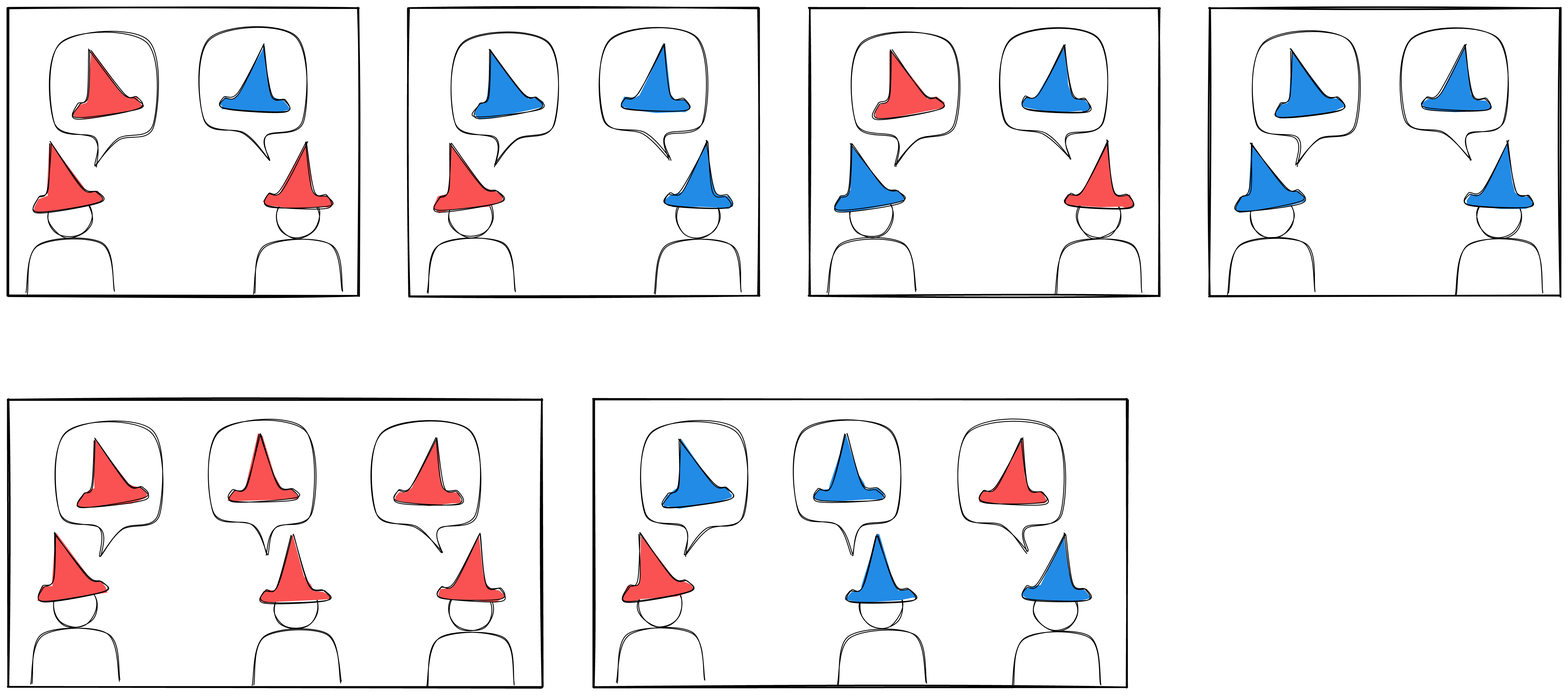
Above: pripreme/dan1/sesiri/img/sesiri_dummy.excalidraw.png in ipaljak/hio-izborne-2022 (Excalidraw), before the change. Source tidied: one line per element, renumbered; positions are measured from the earlier drawing's top-left corner, leaving out a move shared by most shapes.
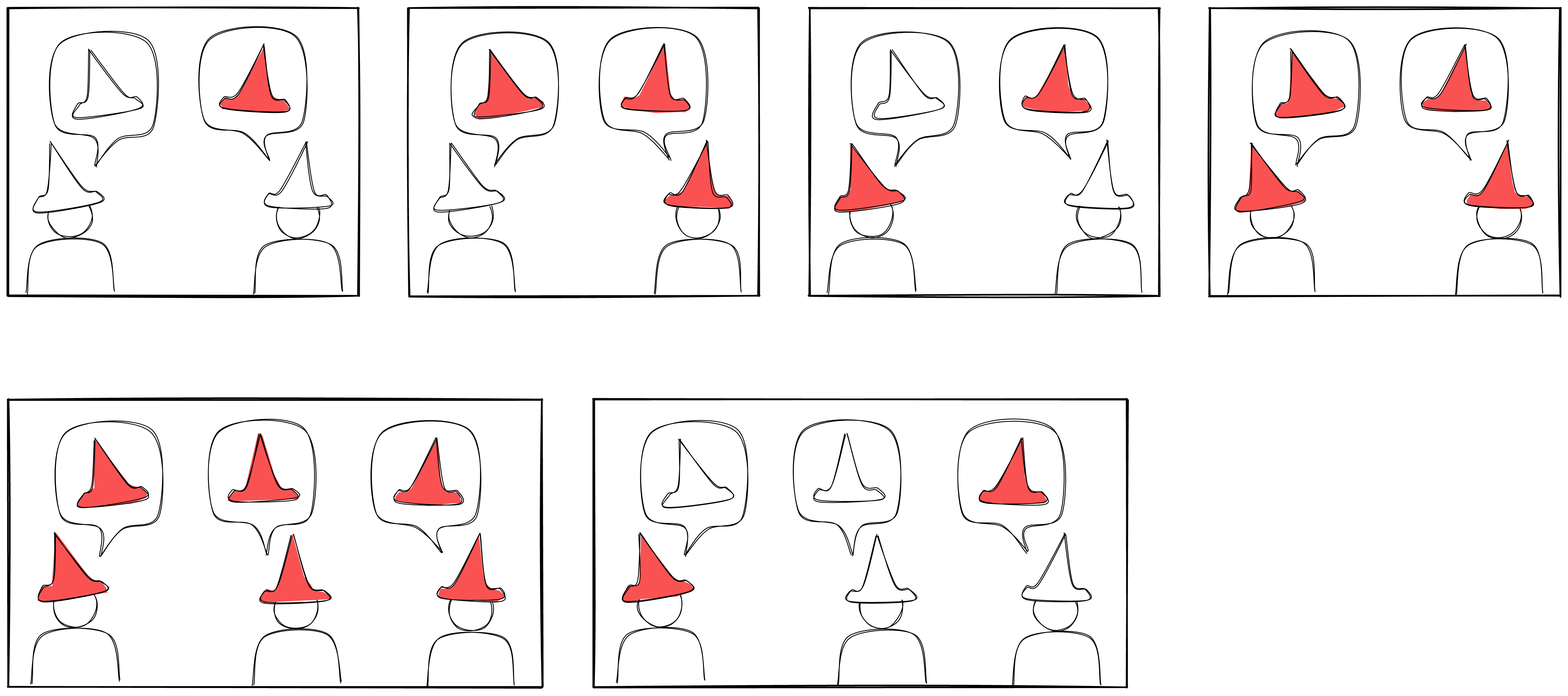
Above is the later version.

Commit message:
sesiri fix boje na slici

Change to the diagram source:
```diff
@@ -1,46 +1,46 @@
 {"id": 0, "type": "ellipse", "strokeColor": "#000000", "strokeWidth": 1, "roughness": 1, "x": 49, "y": 226, "width": 53, "height": 53}
 {"id": 1, "type": "line", "strokeColor": "#000000", "strokeWidth": 1, "roughness": 1, "x": 23, "y": 348, "width": 107, "height": 61, "points": [[0, 0], [14, -59], [93, -61], [107, -3]]}
-{"id": 2, "type": "line", "strokeColor": "#000000", "backgroundColor": "#fa5252", "fillStyle": "solid", "strokeWidth": 1, "roughness": 1, "x": 51, "y": 165, "width": 75, "height": 84, "points": [[0, 0], [-2, 57], [-14, 66], [-15, 83], [60, 72], [57, 58], [40, 53], [0, -1]]}
+{"id": 2, "type": "line", "strokeColor": "#000000", "backgroundColor": "#ffffff", "fillStyle": "solid", "strokeWidth": 1, "roughness": 1, "x": 51, "y": 165, "width": 75, "height": 84, "points": [[0, 0], [-2, 57], [-14, 66], [-15, 83], [60, 72], [57, 58], [40, 53], [0, -1]]}
 {"id": 3, "type": "line", "strokeColor": "#000000", "strokeWidth": 1, "roughness": 1, "x": 106, "y": 192, "width": 121, "height": 152, "points": [[0, 0], [0, -34], [-49, -51], [-41, -150], [63, -152], [72, -50], [27, -32], [0, 0]]}
-{"id": 4, "type": "line", "strokeColor": "#000000", "backgroundColor": "#fa5252", "fillStyle": "solid", "strokeWidth": 1, "roughness": 1, "x": 100, "y": 51, "width": 75, "height": 84, "points": [[0, 0], [-2, 57], [-14, 66], [-15, 83], [60, 72], [57, 58], [40, 53], [0, -1]]}
+{"id": 4, "type": "line", "strokeColor": "#000000", "backgroundColor": "#ffffff", "fillStyle": "solid", "strokeWidth": 1, "roughness": 1, "x": 100, "y": 51, "width": 75, "height": 84, "points": [[0, 0], [-2, 57], [-14, 66], [-15, 83], [60, 72], [57, 58], [40, 53], [0, -1]]}
 {"id": 5, "type": "ellipse", "strokeColor": "#000000", "strokeWidth": 1, "roughness": 1, "x": 327, "y": 227, "width": 53, "height": 53}
 {"id": 6, "type": "line", "strokeColor": "#000000", "strokeWidth": 1, "roughness": 1, "x": 300, "y": 349, "width": 107, "height": 61, "points": [[0, 0], [14, -59], [93, -61], [107, -3]]}
-{"id": 7, "type": "line", "strokeColor": "#000000", "backgroundColor": "#fa5252", "fillStyle": "solid", "strokeWidth": 1, "roughness": 1, "x": 364, "y": 162, "width": 73, "height": 81, "points": [[0, 0], [-31, 61], [-47, 65], [-46, 79], [26, 81], [26, 67], [9, 61], [0, 0]]}
+{"id": 7, "type": "line", "strokeColor": "#000000", "backgroundColor": "#ffffff", "fillStyle": "solid", "strokeWidth": 1, "roughness": 1, "x": 364, "y": 162, "width": 73, "height": 81, "points": [[0, 0], [-31, 61], [-47, 65], [-46, 79], [26, 81], [26, 67], [9, 61], [0, 0]]}
 {"id": 8, "type": "line", "strokeColor": "#000000", "strokeWidth": 1, "roughness": 1, "x": 319, "y": 184, "width": 121, "height": 149, "points": [[0, 0], [-31, -31], [-80, -48], [-72, -147], [32, -149], [41, -47], [-4, -29], [0, 0]]}
-{"id": 9, "type": "line", "strokeColor": "#000000", "backgroundColor": "#228be6", "fillStyle": "solid", "strokeWidth": 1, "roughness": 1, "x": 312, "y": 44, "width": 73, "height": 81, "points": [[0, 0], [-31, 61], [-47, 65], [-46, 79], [26, 81], [26, 67], [9, 61], [0, 0]]}
+{"id": 9, "type": "line", "strokeColor": "#000000", "backgroundColor": "#fa5252", "fillStyle": "solid", "strokeWidth": 1, "roughness": 1, "x": 312, "y": 44, "width": 73, "height": 81, "points": [[0, 0], [-31, 61], [-47, 65], [-46, 79], [26, 81], [26, 67], [9, 61], [0, 0]]}
 {"id": 10, "type": "rectangle", "strokeColor": "#000000", "strokeWidth": 2, "roughness": 1, "x": 0, "y": 0, "width": 428, "height": 351}
 {"id": 11, "type": "ellipse", "strokeColor": "#000000", "strokeWidth": 1, "roughness": 1, "x": 1027, "y": 226, "width": 53, "height": 53}
 {"id": 12, "type": "line", "strokeColor": "#000000", "strokeWidth": 1, "roughness": 1, "x": 1001, "y": 348, "width": 107, "height": 61, "points": [[0, 0], [14, -59], [93, -61], [107, -3]]}
-{"id": 13, "type": "line", "strokeColor": "#000000", "backgroundColor": "#228be6", "fillStyle": "solid", "strokeWidth": 1, "roughness": 1, "x": 1029, "y": 165, "width": 75, "height": 84, "points": [[0, 0], [-2, 57], [-14, 66], [-15, 83], [60, 72], [57, 58], [40, 53], [0, -1]]}
+{"id": 13, "type": "line", "strokeColor": "#000000", "backgroundColor": "#fa5252", "fillStyle": "solid", "strokeWidth": 1, "roughness": 1, "x": 1029, "y": 165, "width": 75, "height": 84, "points": [[0, 0], [-2, 57], [-14, 66], [-15, 83], [60, 72], [57, 58], [40, 53], [0, -1]]}
 {"id": 14, "type": "line", "strokeColor": "#000000", "strokeWidth": 1, "roughness": 1, "x": 1084, "y": 192, "width": 121, "height": 152, "points": [[0, 0], [0, -34], [-49, -51], [-41, -150], [63, -152], [72, -50], [27, -32], [0, 0]]}
-{"id": 15, "type": "line", "strokeColor": "#000000", "backgroundColor": "#fa5252", "fillStyle": "solid", "strokeWidth": 1, "roughness": 1, "x": 1077, "y": 51, "width": 75, "height": 84, "points": [[0, 0], [-2, 57], [-14, 66], [-15, 83], [60, 72], [57, 58], [40, 53], [0, -1]]}
+{"id": 15, "type": "line", "strokeColor": "#000000", "backgroundColor": "#ffffff", "fillStyle": "solid", "strokeWidth": 1, "roughness": 1, "x": 1077, "y": 51, "width": 75, "height": 84, "points": [[0, 0], [-2, 57], [-14, 66], [-15, 83], [60, 72], [57, 58], [40, 53], [0, -1]]}
 {"id": 16, "type": "ellipse", "strokeColor": "#000000", "strokeWidth": 1, "roughness": 1, "x": 1305, "y": 227, "width": 53, "height": 53}
 {"id": 17, "type": "line", "strokeColor": "#000000", "strokeWidth": 1, "roughness": 1, "x": 1278, "y": 349, "width": 107, "height": 61, "points": [[0, 0], [14, -59], [93, -61], [107, -3]]}
-{"id": 18, "type": "line", "strokeColor": "#000000", "backgroundColor": "#fa5252", "fillStyle": "solid", "strokeWidth": 1, "roughness": 1, "x": 1342, "y": 162, "width": 73, "height": 81, "points": [[0, 0], [-31, 61], [-47, 65], [-46, 79], [26, 81], [26, 67], [9, 61], [0, 0]]}
+{"id": 18, "type": "line", "strokeColor": "#000000", "backgroundColor": "#ffffff", "fillStyle": "solid", "strokeWidth": 1, "roughness": 1, "x": 1342, "y": 162, "width": 73, "height": 81, "points": [[0, 0], [-31, 61], [-47, 65], [-46, 79], [26, 81], [26, 67], [9, 61], [0, 0]]}
 {"id": 19, "type": "line", "strokeColor": "#000000", "strokeWidth": 1, "roughness": 1, "x": 1297, "y": 184, "width": 121, "height": 149, "points": [[0, 0], [-31, -31], [-80, -48], [-72, -147], [32, -149], [41, -47], [-4, -29], [0, 0]]}
-{"id": 20, "type": "line", "strokeColor": "#000000", "backgroundColor": "#228be6", "fillStyle": "solid", "strokeWidth": 1, "roughness": 1, "x": 1290, "y": 44, "width": 73, "height": 81, "points": [[0, 0], [-31, 61], [-47, 65], [-46, 79], [26, 81], [26, 67], [9, 61], [0, 0]]}
+{"id": 20, "type": "line", "strokeColor": "#000000", "backgroundColor": "#fa5252", "fillStyle": "solid", "strokeWidth": 1, "roughness": 1, "x": 1290, "y": 44, "width": 73, "height": 81, "points": [[0, 0], [-31, 61], [-47, 65], [-46, 79], [26, 81], [26, 67], [9, 61], [0, 0]]}
 {"id": 21, "type": "rectangle", "strokeColor": "#000000", "strokeWidth": 2, "roughness": 1, "x": 978, "y": 0, "width": 428, "height": 351}
 {"id": 22, "type": "ellipse", "strokeColor": "#000000", "strokeWidth": 1, "roughness": 1, "x": 538, "y": 226, "width": 53, "height": 53}
 {"id": 23, "type": "line", "strokeColor": "#000000", "strokeWidth": 1, "roughness": 1, "x": 512, "y": 348, "width": 107, "height": 61, "points": [[0, 0], [14, -59], [93, -61], [107, -3]]}
-{"id": 24, "type": "line", "strokeColor": "#000000", "backgroundColor": "#fa5252", "fillStyle": "solid", "strokeWidth": 1, "roughness": 1, "x": 540, "y": 165, "width": 75, "height": 84, "points": [[0, 0], [-2, 57], [-14, 66], [-15, 83], [60, 72], [57, 58], [40, 53], [0, -1]]}
+{"id": 24, "type": "line", "strokeColor": "#000000", "backgroundColor": "#ffffff", "fillStyle": "solid", "strokeWidth": 1, "roughness": 1, "x": 540, "y": 165, "width": 75, "height": 84, "points": [[0, 0], [-2, 57], [-14, 66], [-15, 83], [60, 72], [57, 58], [40, 53], [0, -1]]}
 {"id": 25, "type": "line", "strokeColor": "#000000", "strokeWidth": 1, "roughness": 1, "x": 595, "y": 192, "width": 121, "height": 152, "points": [[0, 0], [0, -34], [-49, -51], [-41, -150], [63, -152], [72, -50], [27, -32], [0, 0]]}
-{"id": 26, "type": "line", "strokeColor": "#000000", "backgroundColor": "#228be6", "fillStyle": "solid", "strokeWidth": 1, "roughness": 1, "x": 588, "y": 51, "width": 75, "height": 84, "points": [[0, 0], [-2, 57], [-14, 66], [-15, 83], [60, 72], [57, 58], [40, 53], [0, -1]]}
+{"id": 26, "type": "line", "strokeColor": "#000000", "backgroundColor": "#fa5252", "fillStyle": "solid", "strokeWidth": 1, "roughness": 1, "x": 588, "y": 51, "width": 75, "height": 84, "points": [[0, 0], [-2, 57], [-14, 66], [-15, 83], [60, 72], [57, 58], [40, 53], [0, -1]]}
 {"id": 27, "type": "ellipse", "strokeColor": "#000000", "strokeWidth": 1, "roughness": 1, "x": 816, "y": 227, "width": 53, "height": 53}
 {"id": 28, "type": "line", "strokeColor": "#000000", "strokeWidth": 1, "roughness": 1, "x": 789, "y": 349, "width": 107, "height": 61, "points": [[0, 0], [14, -59], [93, -61], [107, -3]]}
-{"id": 29, "type": "line", "strokeColor": "#000000", "backgroundColor": "#228be6", "fillStyle": "solid", "strokeWidth": 1, "roughness": 1, "x": 853, "y": 162, "width": 73, "height": 81, "points": [[0, 0], [-31, 61], [-47, 65], [-46, 79], [26, 81], [26, 67], [9, 61], [0, 0]]}
+{"id": 29, "type": "line", "strokeColor": "#000000", "backgroundColor": "#fa5252", "fillStyle": "solid", "strokeWidth": 1, "roughness": 1, "x": 853, "y": 162, "width": 73, "height": 81, "points": [[0, 0], [-31, 61], [-47, 65], [-46, 79], [26, 81], [26, 67], [9, 61], [0, 0]]}
 {"id": 30, "type": "line", "strokeColor": "#000000", "strokeWidth": 1, "roughness": 1, "x": 808, "y": 184, "width": 121, "height": 149, "points": [[0, 0], [-31, -31], [-80, -48], [-72, -147], [32, -149], [41, -47], [-4, -29], [0, 0]]}
-{"id": 31, "type": "line", "strokeColor": "#000000", "backgroundColor": "#228be6", "fillStyle": "solid", "strokeWidth": 1, "roughness": 1, "x": 801, "y": 44, "width": 73, "height": 81, "points": [[0, 0], [-31, 61], [-47, 65], [-46, 79], [26, 81], [26, 67], [9, 61], [0, 0]]}
+{"id": 31, "type": "line", "strokeColor": "#000000", "backgroundColor": "#fa5252", "fillStyle": "solid", "strokeWidth": 1, "roughness": 1, "x": 801, "y": 44, "width": 73, "height": 81, "points": [[0, 0], [-31, 61], [-47, 65], [-46, 79], [26, 81], [26, 67], [9, 61], [0, 0]]}
 {"id": 32, "type": "rectangle", "strokeColor": "#000000", "strokeWidth": 2, "roughness": 1, "x": 489, "y": 0, "width": 428, "height": 351}
 {"id": 33, "type": "ellipse", "strokeColor": "#000000", "strokeWidth": 1, "roughness": 1, "x": 1516, "y": 226, "width": 53, "height": 53}
 {"id": 34, "type": "line", "strokeColor": "#000000", "strokeWidth": 1, "roughness": 1, "x": 1490, "y": 348, "width": 107, "height": 61, "points": [[0, 0], [14, -59], [93, -61], [107, -3]]}
-{"id": 35, "type": "line", "strokeColor": "#000000", "backgroundColor": "#228be6", "fillStyle": "solid", "strokeWidth": 1, "roughness": 1, "x": 1518, "y": 165, "width": 75, "height": 84, "points": [[0, 0], [-2, 57], [-14, 66], [-15, 83], [60, 72], [57, 58], [40, 53], [0, -1]]}
+{"id": 35, "type": "line", "strokeColor": "#000000", "backgroundColor": "#fa5252", "fillStyle": "solid", "strokeWidth": 1, "roughness": 1, "x": 1518, "y": 165, "width": 75, "height": 84, "points": [[0, 0], [-2, 57], [-14, 66], [-15, 83], [60, 72], [57, 58], [40, 53], [0, -1]]}
 {"id": 36, "type": "line", "strokeColor": "#000000", "strokeWidth": 1, "roughness": 1, "x": 1573, "y": 192, "width": 121, "height": 152, "points": [[0, 0], [0, -34], [-49, -51], [-41, -150], [63, -152], [72, -50], [27, -32], [0, 0]]}
-{"id": 37, "type": "line", "strokeColor": "#000000", "backgroundColor": "#228be6", "fillStyle": "solid", "strokeWidth": 1, "roughness": 1, "x": 1566, "y": 51, "width": 75, "height": 84, "points": [[0, 0], [-2, 57], [-14, 66], [-15, 83], [60, 72], [57, 58], [40, 53], [0, -1]]}
+{"id": 37, "type": "line", "strokeColor": "#000000", "backgroundColor": "#fa5252", "fillStyle": "solid", "strokeWidth": 1, "roughness": 1, "x": 1566, "y": 51, "width": 75, "height": 84, "points": [[0, 0], [-2, 57], [-14, 66], [-15, 83], [60, 72], [57, 58], [40, 53], [0, -1]]}
 {"id": 38, "type": "ellipse", "strokeColor": "#000000", "strokeWidth": 1, "roughness": 1, "x": 1794, "y": 227, "width": 53, "height": 53}
 {"id": 39, "type": "line", "strokeColor": "#000000", "strokeWidth": 1, "roughness": 1, "x": 1767, "y": 349, "width": 107, "height": 61, "points": [[0, 0], [14, -59], [93, -61], [107, -3]]}
-{"id": 40, "type": "line", "strokeColor": "#000000", "backgroundColor": "#228be6", "fillStyle": "solid", "strokeWidth": 1, "roughness": 1, "x": 1831, "y": 162, "width": 73, "height": 81, "points": [[0, 0], [-31, 61], [-47, 65], [-46, 79], [26, 81], [26, 67], [9, 61], [0, 0]]}
+{"id": 40, "type": "line", "strokeColor": "#000000", "backgroundColor": "#fa5252", "fillStyle": "solid", "strokeWidth": 1, "roughness": 1, "x": 1831, "y": 162, "width": 73, "height": 81, "points": [[0, 0], [-31, 61], [-47, 65], [-46, 79], [26, 81], [26, 67], [9, 61], [0, 0]]}
 {"id": 41, "type": "line", "strokeColor": "#000000", "strokeWidth": 1, "roughness": 1, "x": 1786, "y": 184, "width": 121, "height": 149, "points": [[0, 0], [-31, -31], [-80, -48], [-72, -147], [32, -149], [41, -47], [-4, -29], [0, 0]]}
-{"id": 42, "type": "line", "strokeColor": "#000000", "backgroundColor": "#228be6", "fillStyle": "solid", "strokeWidth": 1, "roughness": 1, "x": 1779, "y": 44, "width": 73, "height": 81, "points": [[0, 0], [-31, 61], [-47, 65], [-46, 79], [26, 81], [26, 67], [9, 61], [0, 0]]}
+{"id": 42, "type": "line", "strokeColor": "#000000", "backgroundColor": "#fa5252", "fillStyle": "solid", "strokeWidth": 1, "roughness": 1, "x": 1779, "y": 44, "width": 73, "height": 81, "points": [[0, 0], [-31, 61], [-47, 65], [-46, 79], [26, 81], [26, 67], [9, 61], [0, 0]]}
 {"id": 43, "type": "rectangle", "strokeColor": "#000000", "strokeWidth": 2, "roughness": 1, "x": 1467, "y": 0, "width": 428, "height": 351}
 {"id": 44, "type": "ellipse", "strokeColor": "#000000", "strokeWidth": 1, "roughness": 1, "x": 55, "y": 702, "width": 53, "height": 53}
 {"id": 45, "type": "line", "strokeColor": "#000000", "strokeWidth": 1, "roughness": 1, "x": 29, "y": 824, "width": 107, "height": 61, "points": [[0, 0], [14, -59], [93, -61], [107, -3]]}
@@ -62,15 +62,15 @@
 {"id": 61, "type": "line", "strokeColor": "#000000", "strokeWidth": 1, "roughness": 1, "x": 743, "y": 824, "width": 107, "height": 61, "points": [[0, 0], [14, -59], [93, -61], [107, -3]]}
 {"id": 62, "type": "line", "strokeColor": "#000000", "backgroundColor": "#fa5252", "fillStyle": "solid", "strokeWidth": 1, "roughness": 1, "x": 771, "y": 641, "width": 75, "height": 84, "points": [[0, 0], [-2, 57], [-14, 66], [-15, 83], [60, 72], [57, 58], [40, 53], [0, -1]]}
 {"id": 63, "type": "line", "strokeColor": "#000000", "strokeWidth": 1, "roughness": 1, "x": 826, "y": 668, "width": 121, "height": 152, "points": [[0, 0], [0, -34], [-49, -51], [-41, -150], [63, -152], [72, -50], [27, -32], [0, 0]]}
-{"id": 64, "type": "line", "strokeColor": "#000000", "backgroundColor": "#228be6", "fillStyle": "solid", "strokeWidth": 1, "roughness": 1, "x": 820, "y": 527, "width": 75, "height": 84, "points": [[0, 0], [-2, 57], [-14, 66], [-15, 83], [60, 72], [57, 58], [40, 53], [0, -1]]}
+{"id": 64, "type": "line", "strokeColor": "#000000", "backgroundColor": "#ffffff", "fillStyle": "solid", "strokeWidth": 1, "roughness": 1, "x": 820, "y": 527, "width": 75, "height": 84, "points": [[0, 0], [-2, 57], [-14, 66], [-15, 83], [60, 72], [57, 58], [40, 53], [0, -1]]}
 {"id": 65, "type": "ellipse", "strokeColor": "#000000", "strokeWidth": 1, "roughness": 1, "x": 1039, "y": 704, "width": 53, "height": 53}
 {"id": 66, "type": "line", "strokeColor": "#000000", "strokeWidth": 1, "roughness": 1, "x": 1013, "y": 826, "width": 107, "height": 61, "points": [[0, 0], [14, -59], [93, -61], [107, -3]]}
-{"id": 67, "type": "line", "strokeColor": "#000000", "backgroundColor": "#228be6", "fillStyle": "solid", "strokeWidth": 1, "roughness": 1, "x": 1060, "y": 643, "width": 75, "height": 82, "points": [[0, 0], [-17, 63], [-32, 68], [-31, 82], [43, 79], [40, 67], [22, 61], [2, 0]]}
+{"id": 67, "type": "line", "strokeColor": "#000000", "backgroundColor": "#ffffff", "fillStyle": "solid", "strokeWidth": 1, "roughness": 1, "x": 1060, "y": 643, "width": 75, "height": 82, "points": [[0, 0], [-17, 63], [-32, 68], [-31, 82], [43, 79], [40, 67], [22, 61], [2, 0]]}
 {"id": 68, "type": "line", "strokeColor": "#000000", "strokeWidth": 1, "roughness": 1, "x": 1030, "y": 667, "width": 121, "height": 154, "points": [[0, 0], [-17, -36], [-66, -53], [-58, -152], [46, -154], [55, -52], [10, -34], [0, 0]]}
 {"id": 69, "type": "rectangle", "strokeColor": "#000000", "strokeWidth": 2, "roughness": 1, "x": 715, "y": 477, "width": 652, "height": 351}
 {"id": 70, "type": "ellipse", "strokeColor": "#000000", "strokeWidth": 1, "roughness": 1, "x": 1253, "y": 707, "width": 53, "height": 53}
 {"id": 71, "type": "line", "strokeColor": "#000000", "strokeWidth": 1, "roughness": 1, "x": 1226, "y": 829, "width": 107, "height": 61, "points": [[0, 0], [14, -59], [93, -61], [107, -3]]}
-{"id": 72, "type": "line", "strokeColor": "#000000", "backgroundColor": "#228be6", "fillStyle": "solid", "strokeWidth": 1, "roughness": 1, "x": 1290, "y": 642, "width": 73, "height": 81, "points": [[0, 0], [-31, 61], [-47, 65], [-46, 79], [26, 81], [26, 67], [9, 61], [0, 0]]}
+{"id": 72, "type": "line", "strokeColor": "#000000", "backgroundColor": "#ffffff", "fillStyle": "solid", "strokeWidth": 1, "roughness": 1, "x": 1290, "y": 642, "width": 73, "height": 81, "points": [[0, 0], [-31, 61], [-47, 65], [-46, 79], [26, 81], [26, 67], [9, 61], [0, 0]]}
 {"id": 73, "type": "line", "strokeColor": "#000000", "strokeWidth": 1, "roughness": 1, "x": 1245, "y": 664, "width": 121, "height": 149, "points": [[0, 0], [-31, -31], [-80, -48], [-72, -147], [32, -149], [41, -47], [-4, -29], [0, 0]]}
 {"id": 74, "type": "line", "strokeColor": "#000000", "backgroundColor": "#fa5252", "fillStyle": "solid", "strokeWidth": 1, "roughness": 1, "x": 1238, "y": 524, "width": 73, "height": 81, "points": [[0, 0], [-31, 61], [-47, 65], [-46, 79], [26, 81], [26, 67], [9, 61], [0, 0]]}
-{"id": 75, "type": "line", "strokeColor": "#000000", "backgroundColor": "#228be6", "fillStyle": "solid", "strokeWidth": 1, "roughness": 1, "x": 1021, "y": 520, "width": 75, "height": 82, "points": [[0, 0], [-17, 63], [-32, 68], [-31, 82], [43, 79], [40, 67], [22, 61], [2, 0]]}
+{"id": 75, "type": "line", "strokeColor": "#000000", "backgroundColor": "#ffffff", "fillStyle": "solid", "strokeWidth": 1, "roughness": 1, "x": 1021, "y": 520, "width": 75, "height": 82, "points": [[0, 0], [-17, 63], [-32, 68], [-31, 82], [43, 79], [40, 67], [22, 61], [2, 0]]}
```
